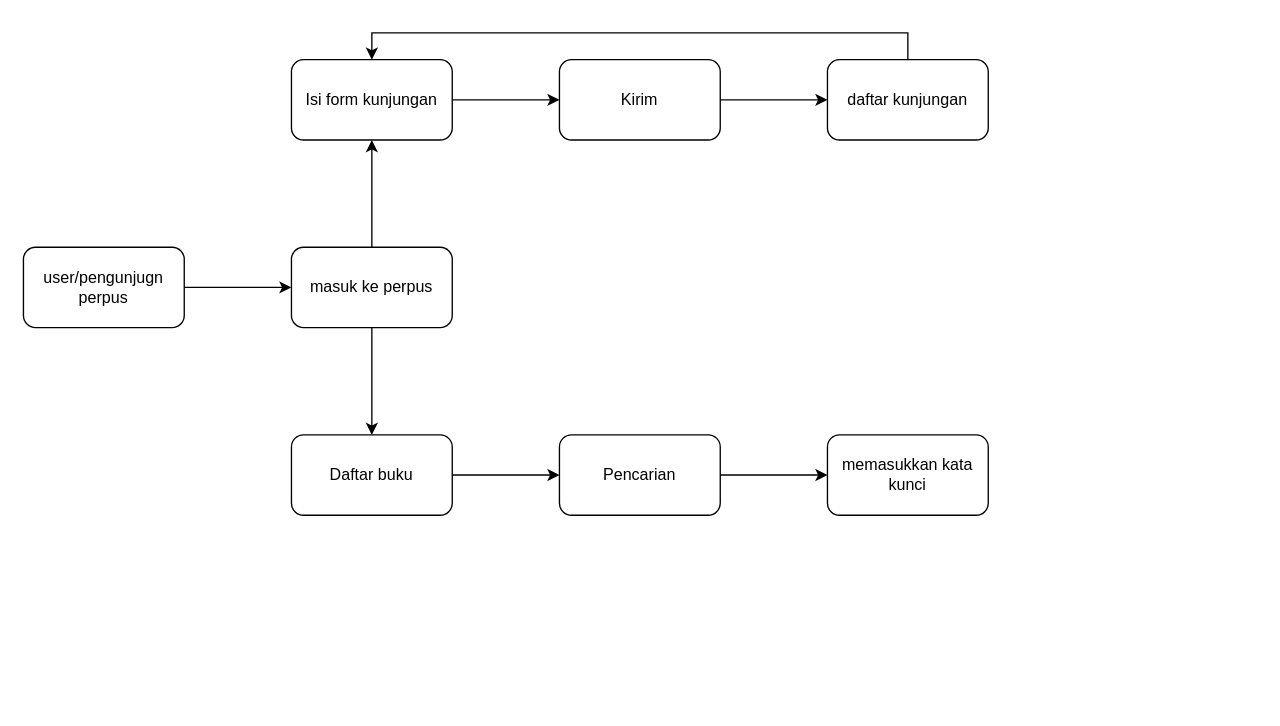
wijdancompany/perpus-digital keeps this draw.io diagram as alur-perpus-digital.drawio. Above is the earlier version. Source tidied: cells renumbered, new cells numbered last; positions are measured from the earlier drawing's top-left corner, leaving out a move shared by most shapes. Both pictures are drawn from the tidied source at 134%, with x=0, y=0 at pixel (23, 59).
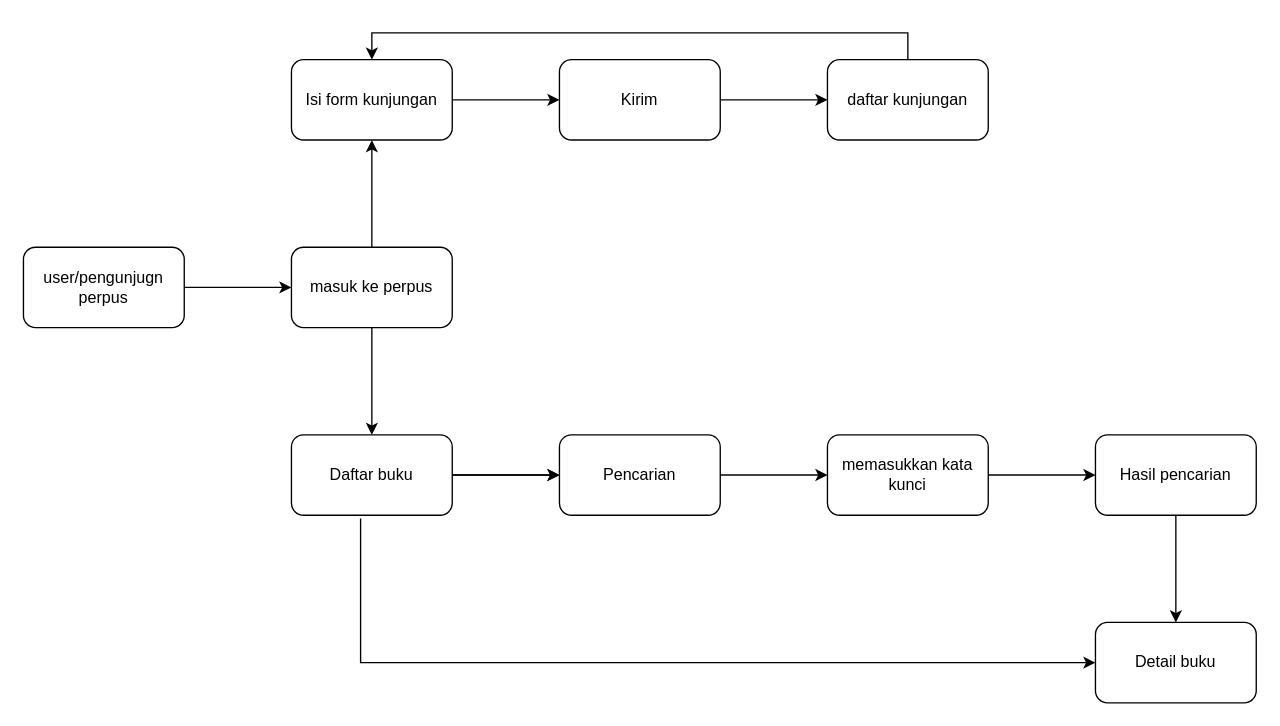
After the change.

Unchanged cells that the change refers to:
```xml
<mxCell id="14" value="Daftar buku" style="whiteSpace=wrap;html=1;rounded=1;" parent="1" vertex="1">
  <mxGeometry x="200" y="280" width="120" height="60" as="geometry" />
</mxCell>
<mxCell id="16" value="Pencarian" style="whiteSpace=wrap;html=1;rounded=1;" parent="1" vertex="1">
  <mxGeometry x="400" y="280" width="120" height="60" as="geometry" />
</mxCell>
<mxCell id="17" value="memasukkan kata kunci" style="whiteSpace=wrap;html=1;rounded=1;" parent="1" vertex="1">
  <mxGeometry x="600" y="280" width="120" height="60" as="geometry" />
</mxCell>
```

Change to the diagram source:
```diff
@@
+    <mxCell id="18" style="edgeStyle=orthogonalEdgeStyle;rounded=0;jettySize=auto;html=1;" parent="1" edge="1" source="14" target="16">
+      <mxGeometry relative="1" as="geometry" />
+    </mxCell>
@@
+    <mxCell id="19" style="edgeStyle=orthogonalEdgeStyle;rounded=0;jettySize=auto;html=1;" parent="1" edge="1" source="17" target="21">
+      <mxGeometry relative="1" as="geometry" />
+    </mxCell>
@@
+    <mxCell id="20" style="edgeStyle=orthogonalEdgeStyle;rounded=0;jettySize=auto;html=1;" parent="1" edge="1" source="21" target="22">
+      <mxGeometry relative="1" as="geometry" />
+    </mxCell>
+    <mxCell id="21" value="Hasil pencarian" style="whiteSpace=wrap;html=1;rounded=1;" parent="1" vertex="1">
+      <mxGeometry x="800" y="280" width="120" height="60" as="geometry" />
+    </mxCell>
+    <mxCell id="22" value="Detail buku" style="whiteSpace=wrap;html=1;rounded=1;" parent="1" vertex="1">
+      <mxGeometry x="800" y="420" width="120" height="60" as="geometry" />
+    </mxCell>
+    <mxCell id="23" style="edgeStyle=orthogonalEdgeStyle;rounded=0;jettySize=auto;html=1;entryX=0;entryY=0.5;entryDx=0;entryDy=0;exitX=0.43;exitY=1.041;exitDx=0;exitDy=0;exitPerimeter=0;" parent="1" edge="1" source="14" target="22">
+      <mxGeometry relative="1" as="geometry">
+        <Array as="points">
+          <mxPoint x="252" y="450" />
+        </Array>
+      </mxGeometry>
+    </mxCell>
```
